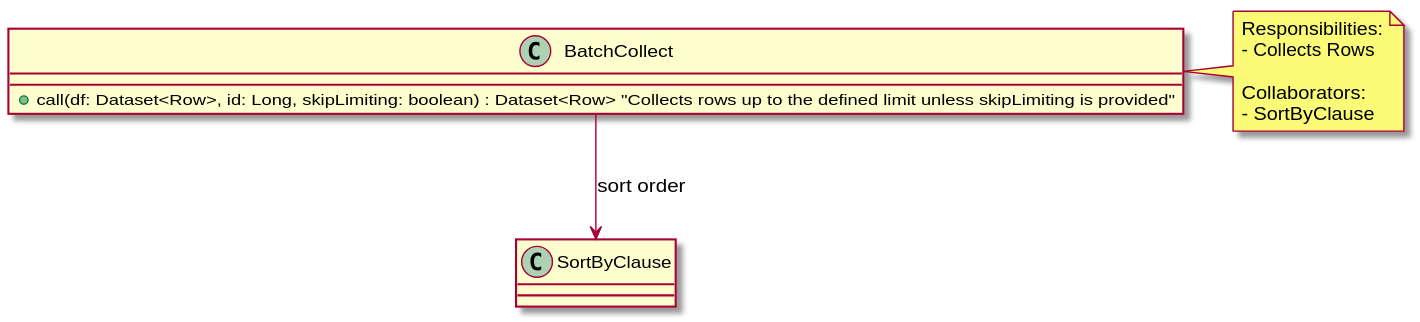
This is docs/doxy_up/doxygen/inline_umlgraph_1.svg from StrongestNumber9/dpf_02, a PlantUML export, as it was before one commit.
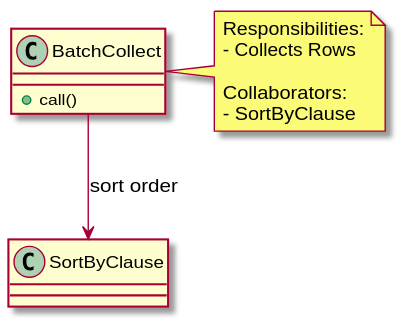
Later version of the same file.

Change to the diagram source:
```diff
@@ -1,6 +1,6 @@
 @startuml inline_umlgraph_1.svg
 class BatchCollect {
-  +call(df: Dataset<Row>, id: Long, skipLimiting: boolean) : Dataset<Row>  "Collects rows up to the defined limit unless skipLimiting is provided"
+  + call()
 }
 
 BatchCollect --> SortByClause : sort order
```
